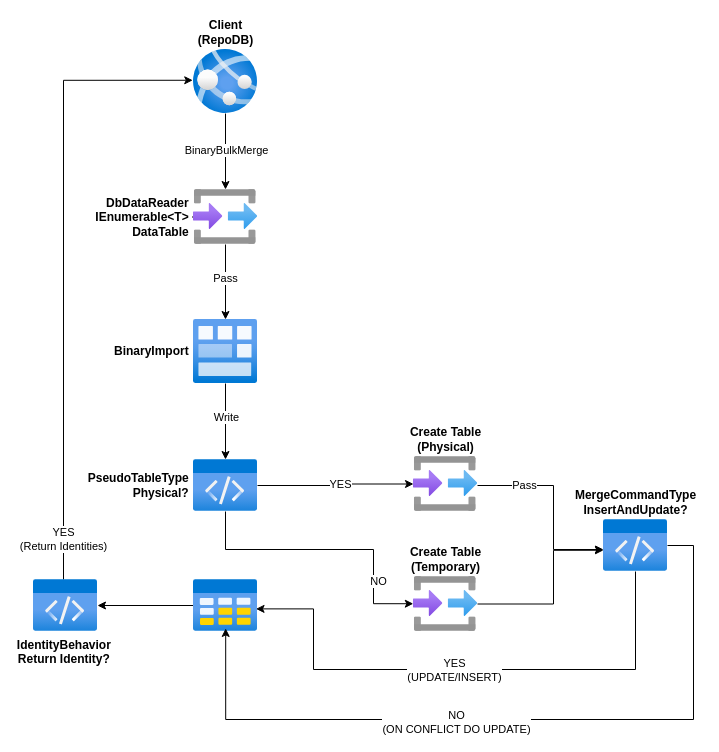
This is Files/DrawIO/binarybulkmerge.drawio from mikependon/RepoDb.Raw, a draw.io file, before an edit. Source tidied: cells renumbered, new cells numbered last; positions are measured from the earlier drawing's top-left corner, leaving out a move shared by most shapes. Both pictures are drawn from the tidied source at 100%, with x=0, y=0 at pixel (33, 49).
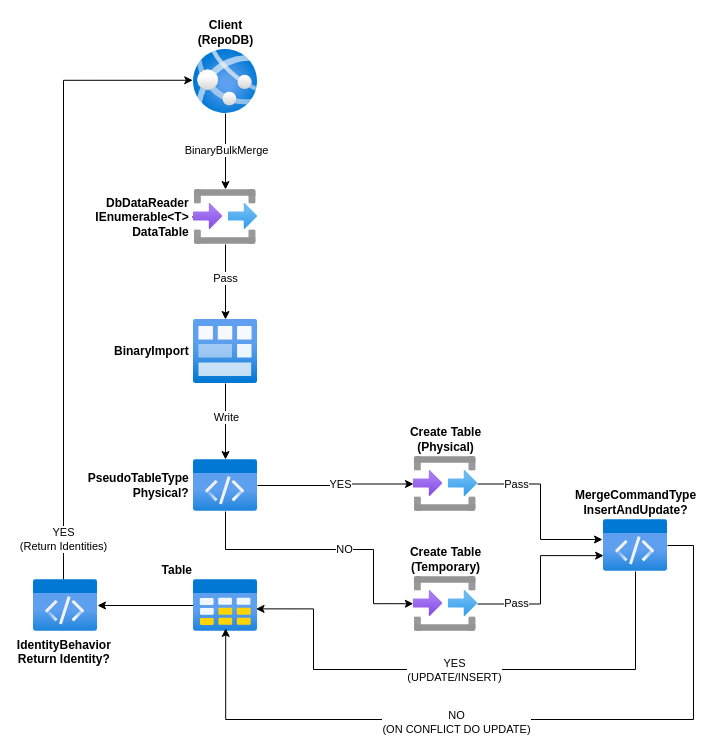
The same diagram, later.

Unchanged cells that the change refers to:
```xml
<mxCell id="14" style="edgeStyle=orthogonalEdgeStyle;rounded=0;jettySize=auto;html=1;entryX=-0.003;entryY=0.495;entryDx=0;entryDy=0;entryPerimeter=0;" parent="1" edge="1" source="16" target="25">
  <mxGeometry relative="1" as="geometry">
    <Array as="points">
      <mxPoint x="192" y="500" />
      <mxPoint x="340" y="500" />
      <mxPoint x="340" y="554" />
      <mxPoint x="380" y="554" />
    </Array>
  </mxGeometry>
</mxCell>
<mxCell id="23" value="Create Table&lt;br&gt;(Physical)" style="html=1;points=[];align=center;image;fontSize=12;image=img/lib/azure2/general/Input_Output.svg;labelPosition=center;verticalLabelPosition=top;verticalAlign=bottom;fontStyle=1;" parent="1" vertex="1">
  <mxGeometry x="380" y="407" width="64" height="55" as="geometry" />
</mxCell>
<mxCell id="25" value="Create Table&lt;br&gt;(Temporary)" style="html=1;points=[];align=center;image;fontSize=12;image=img/lib/azure2/general/Input_Output.svg;labelPosition=center;verticalLabelPosition=top;verticalAlign=bottom;fontStyle=1;" parent="1" vertex="1">
  <mxGeometry x="380" y="527" width="64" height="55" as="geometry" />
</mxCell>
<mxCell id="31" value="MergeCommandType&lt;br&gt;InsertAndUpdate?" style="html=1;points=[];align=center;image;fontSize=12;image=img/lib/azure2/general/Code.svg;labelPosition=center;verticalLabelPosition=top;verticalAlign=bottom;fontStyle=1;" parent="1" vertex="1">
  <mxGeometry x="570" y="470" width="64" height="52" as="geometry" />
</mxCell>
```

Change to the diagram source:
```diff
@@
     <mxCell id="15" value="NO" style="edgeLabel;html=1;align=center;verticalAlign=middle;" parent="14" vertex="1">
       <mxGeometry x="0.56" y="-1" relative="1" as="geometry">
-        <mxPoint x="5" y="-1" as="offset" />
+        <mxPoint x="-29" y="-33" as="offset" />
       </mxGeometry>
     </mxCell>
@@
-    <mxCell id="20" style="html=1;points=[];align=center;image;fontSize=12;image=img/lib/azure2/general/Table.svg;" parent="1" vertex="1">
+    <mxCell id="20" value="Table" style="html=1;points=[];align=right;image;fontSize=12;image=img/lib/azure2/general/Table.svg;fontStyle=1;labelPosition=left;verticalLabelPosition=top;verticalAlign=bottom;" parent="1" vertex="1">
       <mxGeometry x="160" y="530" width="64" height="52" as="geometry" />
     </mxCell>
-    <mxCell id="21" style="edgeStyle=orthogonalEdgeStyle;rounded=0;jettySize=auto;html=1;" parent="1" edge="1" source="23" target="31">
-      <mxGeometry relative="1" as="geometry">
-        <Array as="points">
-          <mxPoint x="520" y="436" />
-          <mxPoint x="520" y="500" />
-        </Array>
-      </mxGeometry>
-    </mxCell>
-    <mxCell id="22" value="Pass" style="edgeLabel;html=1;align=center;verticalAlign=middle;" parent="21" vertex="1">
-      <mxGeometry x="-0.65" y="-2" relative="1" as="geometry">
-        <mxPoint x="13" y="-3" as="offset" />
-      </mxGeometry>
-    </mxCell>
+    <mxCell id="32" style="edgeStyle=orthogonalEdgeStyle;rounded=0;jettySize=auto;html=1;" parent="1" edge="1" source="23">
+      <mxGeometry relative="1" as="geometry">
+        <mxPoint x="569" y="490" as="targetPoint" />
+        <Array as="points">
+          <mxPoint x="507" y="435" />
+          <mxPoint x="507" y="490" />
+          <mxPoint x="569" y="490" />
+        </Array>
+      </mxGeometry>
+    </mxCell>
+    <mxCell id="33" value="Pass" style="edgeLabel;html=1;align=center;verticalAlign=middle;" parent="32" vertex="1">
+      <mxGeometry x="-0.58" y="-2" relative="1" as="geometry">
+        <mxPoint y="-2" as="offset" />
+      </mxGeometry>
+    </mxCell>
@@
-    <mxCell id="24" style="edgeStyle=orthogonalEdgeStyle;rounded=0;jettySize=auto;html=1;entryX=0;entryY=0.592;entryDx=0;entryDy=0;entryPerimeter=0;" parent="1" edge="1" source="25" target="31">
-      <mxGeometry relative="1" as="geometry">
-        <Array as="points">
-          <mxPoint x="520" y="555" />
-          <mxPoint x="520" y="501" />
-        </Array>
-      </mxGeometry>
+    <mxCell id="24" style="edgeStyle=orthogonalEdgeStyle;rounded=0;jettySize=auto;html=1;entryX=0.002;entryY=0.695;entryDx=0;entryDy=0;entryPerimeter=0;" parent="1" edge="1" source="25" target="31">
+      <mxGeometry relative="1" as="geometry" />
     </mxCell>
+    <mxCell id="34" value="Pass" style="edgeLabel;html=1;align=center;verticalAlign=middle;" parent="24" vertex="1">
+      <mxGeometry x="-0.57" y="1" relative="1" as="geometry" />
+    </mxCell>
```
